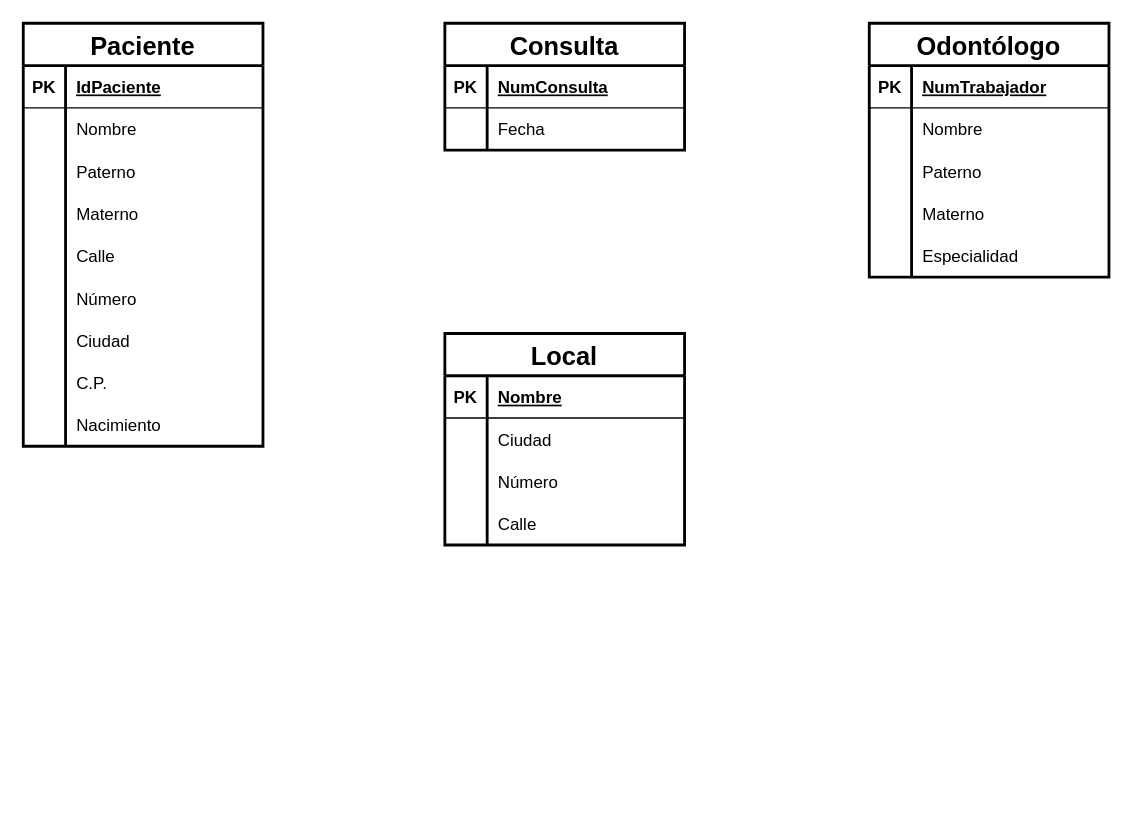
Earlier version of the draw.io diagram Relacion-Clinica.drawio (DehyroM/EjercicioClinica). Source tidied: cells renumbered, new cells numbered last; positions are measured from the earlier drawing's top-left corner, leaving out a move shared by most shapes. Both pictures are drawn from the tidied source at 141%, with x=0, y=0 at pixel (23, 23).
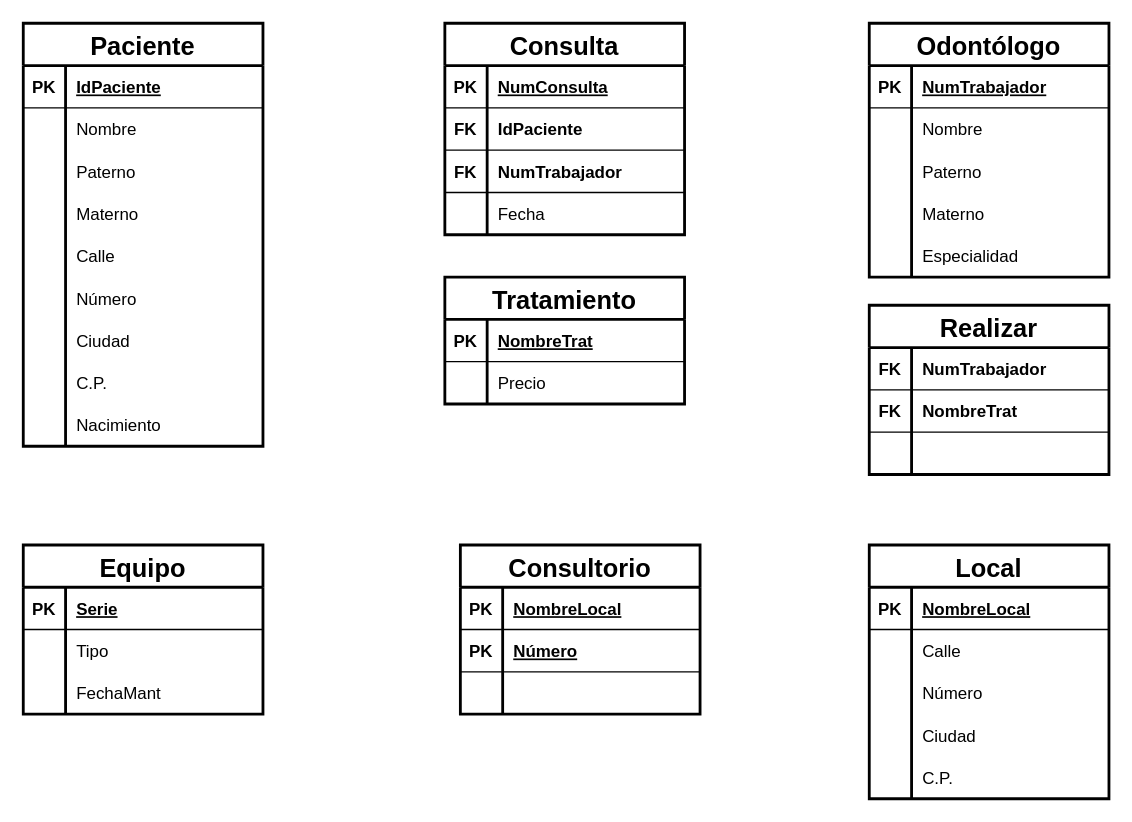
After the change.

The change refers to these unchanged cells:
```xml
<mxCell id="54" style="shape=tableRow;horizontal=0;startSize=0;swimlaneHead=0;swimlaneBody=0;fillColor=none;top=0;left=0;right=0;bottom=1;" parent="53" vertex="1">
  <mxGeometry y="30" width="170" height="30" as="geometry" />
</mxCell>
<mxCell id="57" style="shape=tableRow;horizontal=0;startSize=0;swimlaneHead=0;swimlaneBody=0;fillColor=none;top=0;left=0;right=0;bottom=0;" parent="53" vertex="1">
  <mxGeometry y="60" width="170" height="30" as="geometry" />
</mxCell>
<mxCell id="63" style="shape=tableRow;horizontal=0;startSize=0;swimlaneHead=0;swimlaneBody=0;fillColor=none;top=0;left=0;right=0;bottom=0;" parent="53" vertex="1">
  <mxGeometry y="120" width="170" height="30" as="geometry" />
</mxCell>
```

Diff of the diagram source:
```diff
@@
     <mxCell id="30" value="Consulta" style="shape=table;startSize=30;childLayout=tableLayout;rowLines=0;fontStyle=1;align=center;fontSize=18;strokeWidth=2;" parent="1" vertex="1">
-      <mxGeometry x="299" width="170" height="90" as="geometry" />
+      <mxGeometry x="299" width="170" height="150" as="geometry" />
     </mxCell>
@@
+    <mxCell id="66" style="shape=tableRow;horizontal=0;startSize=0;swimlaneHead=0;swimlaneBody=0;fillColor=none;top=0;left=0;right=0;bottom=1;" parent="30" vertex="1">
+      <mxGeometry y="60" width="170" height="30" as="geometry" />
+    </mxCell>
+    <mxCell id="67" value="FK" style="shape=partialRectangle;fillColor=none;top=0;left=0;bottom=0;right=0;fontStyle=1;overflow=hidden;" parent="66" vertex="1">
+      <mxGeometry width="30" height="30" as="geometry" />
+    </mxCell>
+    <mxCell id="68" value="IdPaciente" style="shape=partialRectangle;fillColor=none;top=0;left=0;bottom=0;right=0;align=left;spacingLeft=6;fontStyle=1;overflow=hidden;" parent="66" vertex="1">
+      <mxGeometry x="30" width="140" height="30" as="geometry" />
+    </mxCell>
+    <mxCell id="69" style="shape=tableRow;horizontal=0;startSize=0;swimlaneHead=0;swimlaneBody=0;fillColor=none;top=0;left=0;right=0;bottom=1;" parent="30" vertex="1">
+      <mxGeometry y="90" width="170" height="30" as="geometry" />
+    </mxCell>
+    <mxCell id="70" value="FK" style="shape=partialRectangle;fillColor=none;top=0;left=0;bottom=0;right=0;fontStyle=1;overflow=hidden;" parent="69" vertex="1">
+      <mxGeometry width="30" height="30" as="geometry" />
+    </mxCell>
+    <mxCell id="71" value="NumTrabajador" style="shape=partialRectangle;fillColor=none;top=0;left=0;bottom=0;right=0;align=left;spacingLeft=6;fontStyle=1;overflow=hidden;" parent="69" vertex="1">
+      <mxGeometry x="30" width="140" height="30" as="geometry" />
+    </mxCell>
     <mxCell id="34" style="shape=tableRow;horizontal=0;startSize=0;swimlaneHead=0;swimlaneBody=0;fillColor=none;top=0;left=0;right=0;bottom=0;" parent="30" vertex="1">
-      <mxGeometry y="60" width="170" height="30" as="geometry" />
+      <mxGeometry y="120" width="170" height="30" as="geometry" />
     </mxCell>
@@
     <mxCell id="53" value="Local" style="shape=table;startSize=30;childLayout=tableLayout;rowLines=0;fontStyle=1;align=center;fontSize=18;strokeWidth=2;" parent="1" vertex="1">
-      <mxGeometry x="299" y="220" width="170" height="150" as="geometry" />
+      <mxGeometry x="600" y="370" width="170" height="180" as="geometry" />
     </mxCell>
@@
-    <mxCell id="56" value="Nombre" style="shape=partialRectangle;fillColor=none;top=0;left=0;bottom=0;right=0;align=left;spacingLeft=6;fontStyle=5;overflow=hidden;" parent="54" vertex="1">
+    <mxCell id="56" value="NombreLocal" style="shape=partialRectangle;fillColor=none;top=0;left=0;bottom=0;right=0;align=left;spacingLeft=6;fontStyle=5;overflow=hidden;" parent="54" vertex="1">
       <mxGeometry x="30" width="140" height="30" as="geometry" />
     </mxCell>
@@
-    <mxCell id="59" value="Ciudad" style="shape=partialRectangle;fillColor=none;top=0;left=0;bottom=0;right=0;align=left;spacingLeft=6;overflow=hidden;" parent="57" vertex="1">
+    <mxCell id="59" value="Calle" style="shape=partialRectangle;fillColor=none;top=0;left=0;bottom=0;right=0;align=left;spacingLeft=6;overflow=hidden;" parent="57" vertex="1">
       <mxGeometry x="30" width="140" height="30" as="geometry" />
     </mxCell>
@@
-    <mxCell id="65" value="Calle" style="shape=partialRectangle;fillColor=none;top=0;left=0;bottom=0;right=0;align=left;spacingLeft=6;overflow=hidden;" parent="63" vertex="1">
+    <mxCell id="65" value="Ciudad" style="shape=partialRectangle;fillColor=none;top=0;left=0;bottom=0;right=0;align=left;spacingLeft=6;overflow=hidden;" parent="63" vertex="1">
       <mxGeometry x="30" width="140" height="30" as="geometry" />
     </mxCell>
+    <mxCell id="72" style="shape=tableRow;horizontal=0;startSize=0;swimlaneHead=0;swimlaneBody=0;fillColor=none;top=0;left=0;right=0;bottom=0;" parent="53" vertex="1">
+      <mxGeometry y="150" width="170" height="30" as="geometry" />
+    </mxCell>
+    <mxCell id="73" style="shape=partialRectangle;fillColor=none;top=0;left=0;bottom=0;right=0;overflow=hidden;" parent="72" vertex="1">
+      <mxGeometry width="30" height="30" as="geometry" />
+    </mxCell>
+    <mxCell id="74" value="C.P." style="shape=partialRectangle;fillColor=none;top=0;left=0;bottom=0;right=0;align=left;spacingLeft=6;overflow=hidden;" parent="72" vertex="1">
+      <mxGeometry x="30" width="140" height="30" as="geometry" />
+    </mxCell>
+    <mxCell id="75" value="Equipo" style="shape=table;startSize=30;childLayout=tableLayout;rowLines=0;fontStyle=1;align=center;fontSize=18;strokeWidth=2;" parent="1" vertex="1">
+      <mxGeometry y="370" width="170" height="120" as="geometry" />
+    </mxCell>
+    <mxCell id="76" style="shape=tableRow;horizontal=0;startSize=0;swimlaneHead=0;swimlaneBody=0;fillColor=none;top=0;left=0;right=0;bottom=1;" parent="75" vertex="1">
+      <mxGeometry y="30" width="170" height="30" as="geometry" />
+    </mxCell>
+    <mxCell id="77" value="PK" style="shape=partialRectangle;fillColor=none;top=0;left=0;bottom=0;right=0;fontStyle=1;overflow=hidden;" parent="76" vertex="1">
+      <mxGeometry width="30" height="30" as="geometry" />
+    </mxCell>
+    <mxCell id="78" value="Serie" style="shape=partialRectangle;fillColor=none;top=0;left=0;bottom=0;right=0;align=left;spacingLeft=6;fontStyle=5;overflow=hidden;" parent="76" vertex="1">
+      <mxGeometry x="30" width="140" height="30" as="geometry" />
+    </mxCell>
+    <mxCell id="79" style="shape=tableRow;horizontal=0;startSize=0;swimlaneHead=0;swimlaneBody=0;fillColor=none;top=0;left=0;right=0;bottom=0;" parent="75" vertex="1">
+      <mxGeometry y="60" width="170" height="30" as="geometry" />
+    </mxCell>
+    <mxCell id="80" style="shape=partialRectangle;fillColor=none;top=0;left=0;bottom=0;right=0;overflow=hidden;" parent="79" vertex="1">
+      <mxGeometry width="30" height="30" as="geometry" />
+    </mxCell>
+    <mxCell id="81" value="Tipo" style="shape=partialRectangle;fillColor=none;top=0;left=0;bottom=0;right=0;align=left;spacingLeft=6;overflow=hidden;" parent="79" vertex="1">
+      <mxGeometry x="30" width="140" height="30" as="geometry" />
+    </mxCell>
+    <mxCell id="82" style="shape=tableRow;horizontal=0;startSize=0;swimlaneHead=0;swimlaneBody=0;fillColor=none;top=0;left=0;right=0;bottom=0;" parent="75" vertex="1">
+      <mxGeometry y="90" width="170" height="30" as="geometry" />
+    </mxCell>
+    <mxCell id="83" style="shape=partialRectangle;fillColor=none;top=0;left=0;bottom=0;right=0;overflow=hidden;" parent="82" vertex="1">
+      <mxGeometry width="30" height="30" as="geometry" />
+    </mxCell>
+    <mxCell id="84" value="FechaMant" style="shape=partialRectangle;fillColor=none;top=0;left=0;bottom=0;right=0;align=left;spacingLeft=6;overflow=hidden;" parent="82" vertex="1">
+      <mxGeometry x="30" width="140" height="30" as="geometry" />
+    </mxCell>
+    <mxCell id="85" value="Consultorio" style="shape=table;startSize=30;childLayout=tableLayout;rowLines=0;fontStyle=1;align=center;fontSize=18;strokeWidth=2;" parent="1" vertex="1">
+      <mxGeometry x="310" y="370" width="170" height="120" as="geometry" />
+    </mxCell>
+    <mxCell id="86" style="shape=tableRow;horizontal=0;startSize=0;swimlaneHead=0;swimlaneBody=0;fillColor=none;top=0;left=0;right=0;bottom=1;" parent="85" vertex="1">
+      <mxGeometry y="30" width="170" height="30" as="geometry" />
+    </mxCell>
+    <mxCell id="87" value="PK" style="shape=partialRectangle;fillColor=none;top=0;left=0;bottom=0;right=0;fontStyle=1;overflow=hidden;" parent="86" vertex="1">
+      <mxGeometry width="30" height="30" as="geometry" />
+    </mxCell>
+    <mxCell id="88" value="NombreLocal" style="shape=partialRectangle;fillColor=none;top=0;left=0;bottom=0;right=0;align=left;spacingLeft=6;fontStyle=5;overflow=hidden;" parent="86" vertex="1">
+      <mxGeometry x="30" width="140" height="30" as="geometry" />
+    </mxCell>
+    <mxCell id="89" style="shape=tableRow;horizontal=0;startSize=0;swimlaneHead=0;swimlaneBody=0;fillColor=none;top=0;left=0;right=0;bottom=1;" parent="85" vertex="1">
+      <mxGeometry y="60" width="170" height="30" as="geometry" />
+    </mxCell>
+    <mxCell id="90" value="PK" style="shape=partialRectangle;fillColor=none;top=0;left=0;bottom=0;right=0;fontStyle=1;overflow=hidden;" parent="89" vertex="1">
+      <mxGeometry width="30" height="30" as="geometry" />
+    </mxCell>
+    <mxCell id="91" value="Número" style="shape=partialRectangle;fillColor=none;top=0;left=0;bottom=0;right=0;align=left;spacingLeft=6;fontStyle=5;overflow=hidden;" parent="89" vertex="1">
+      <mxGeometry x="30" width="140" height="30" as="geometry" />
+    </mxCell>
+    <mxCell id="92" style="shape=tableRow;horizontal=0;startSize=0;swimlaneHead=0;swimlaneBody=0;fillColor=none;top=0;left=0;right=0;bottom=0;" parent="85" vertex="1">
+      <mxGeometry y="90" width="170" height="30" as="geometry" />
+    </mxCell>
+    <mxCell id="93" style="shape=partialRectangle;fillColor=none;top=0;left=0;bottom=0;right=0;overflow=hidden;" parent="92" vertex="1">
+      <mxGeometry width="30" height="30" as="geometry" />
+    </mxCell>
+    <mxCell id="94" style="shape=partialRectangle;fillColor=none;top=0;left=0;bottom=0;right=0;align=left;spacingLeft=6;overflow=hidden;" parent="92" vertex="1">
+      <mxGeometry x="30" width="140" height="30" as="geometry" />
+    </mxCell>
+    <mxCell id="95" value="Tratamiento" style="shape=table;startSize=30;childLayout=tableLayout;rowLines=0;fontStyle=1;align=center;fontSize=18;strokeWidth=2;" parent="1" vertex="1">
+      <mxGeometry x="299" y="180" width="170" height="90" as="geometry" />
+    </mxCell>
+    <mxCell id="96" style="shape=tableRow;horizontal=0;startSize=0;swimlaneHead=0;swimlaneBody=0;fillColor=none;top=0;left=0;right=0;bottom=1;" parent="95" vertex="1">
+      <mxGeometry y="30" width="170" height="30" as="geometry" />
+    </mxCell>
+    <mxCell id="97" value="PK" style="shape=partialRectangle;fillColor=none;top=0;left=0;bottom=0;right=0;fontStyle=1;overflow=hidden;" parent="96" vertex="1">
+      <mxGeometry width="30" height="30" as="geometry" />
+    </mxCell>
+    <mxCell id="98" value="NombreTrat" style="shape=partialRectangle;fillColor=none;top=0;left=0;bottom=0;right=0;align=left;spacingLeft=6;fontStyle=5;overflow=hidden;" parent="96" vertex="1">
+      <mxGeometry x="30" width="140" height="30" as="geometry" />
+    </mxCell>
+    <mxCell id="99" style="shape=tableRow;horizontal=0;startSize=0;swimlaneHead=0;swimlaneBody=0;fillColor=none;top=0;left=0;right=0;bottom=0;" parent="95" vertex="1">
+      <mxGeometry y="60" width="170" height="30" as="geometry" />
+    </mxCell>
+    <mxCell id="100" style="shape=partialRectangle;fillColor=none;top=0;left=0;bottom=0;right=0;overflow=hidden;" parent="99" vertex="1">
+      <mxGeometry width="30" height="30" as="geometry" />
+    </mxCell>
+    <mxCell id="101" value="Precio" style="shape=partialRectangle;fillColor=none;top=0;left=0;bottom=0;right=0;align=left;spacingLeft=6;overflow=hidden;" parent="99" vertex="1">
+      <mxGeometry x="30" width="140" height="30" as="geometry" />
+    </mxCell>
+    <mxCell id="102" value="Realizar" style="shape=table;startSize=30;childLayout=tableLayout;rowLines=0;fontStyle=1;align=center;fontSize=18;strokeWidth=2;" parent="1" vertex="1">
+      <mxGeometry x="600" y="200" width="170" height="120" as="geometry" />
+    </mxCell>
+    <mxCell id="103" style="shape=tableRow;horizontal=0;startSize=0;swimlaneHead=0;swimlaneBody=0;fillColor=none;top=0;left=0;right=0;bottom=1;" parent="102" vertex="1">
+      <mxGeometry y="30" width="170" height="30" as="geometry" />
+    </mxCell>
+    <mxCell id="104" value="FK" style="shape=partialRectangle;fillColor=none;top=0;left=0;bottom=0;right=0;fontStyle=1;overflow=hidden;" parent="103" vertex="1">
+      <mxGeometry width="30" height="30" as="geometry" />
+    </mxCell>
+    <mxCell id="105" value="NumTrabajador" style="shape=partialRectangle;fillColor=none;top=0;left=0;bottom=0;right=0;align=left;spacingLeft=6;fontStyle=1;overflow=hidden;" parent="103" vertex="1">
+      <mxGeometry x="30" width="140" height="30" as="geometry" />
+    </mxCell>
+    <mxCell id="106" style="shape=tableRow;horizontal=0;startSize=0;swimlaneHead=0;swimlaneBody=0;fillColor=none;top=0;left=0;right=0;bottom=1;" parent="102" vertex="1">
+      <mxGeometry y="60" width="170" height="30" as="geometry" />
+    </mxCell>
+    <mxCell id="107" value="FK" style="shape=partialRectangle;fillColor=none;top=0;left=0;bottom=0;right=0;fontStyle=1;overflow=hidden;" parent="106" vertex="1">
+      <mxGeometry width="30" height="30" as="geometry" />
+    </mxCell>
+    <mxCell id="108" value="NombreTrat" style="shape=partialRectangle;fillColor=none;top=0;left=0;bottom=0;right=0;align=left;spacingLeft=6;fontStyle=1;overflow=hidden;" parent="106" vertex="1">
+      <mxGeometry x="30" width="140" height="30" as="geometry" />
+    </mxCell>
+    <mxCell id="109" style="shape=tableRow;horizontal=0;startSize=0;swimlaneHead=0;swimlaneBody=0;fillColor=none;top=0;left=0;right=0;bottom=1;" parent="102" vertex="1">
+      <mxGeometry y="90" width="170" height="30" as="geometry" />
+    </mxCell>
+    <mxCell id="110" style="shape=partialRectangle;fillColor=none;top=0;left=0;bottom=0;right=0;fontStyle=1;overflow=hidden;" parent="109" vertex="1">
+      <mxGeometry width="30" height="30" as="geometry" />
+    </mxCell>
+    <mxCell id="111" style="shape=partialRectangle;fillColor=none;top=0;left=0;bottom=0;right=0;align=left;spacingLeft=6;fontStyle=1;overflow=hidden;" parent="109" vertex="1">
+      <mxGeometry x="30" width="140" height="30" as="geometry" />
+    </mxCell>
```
